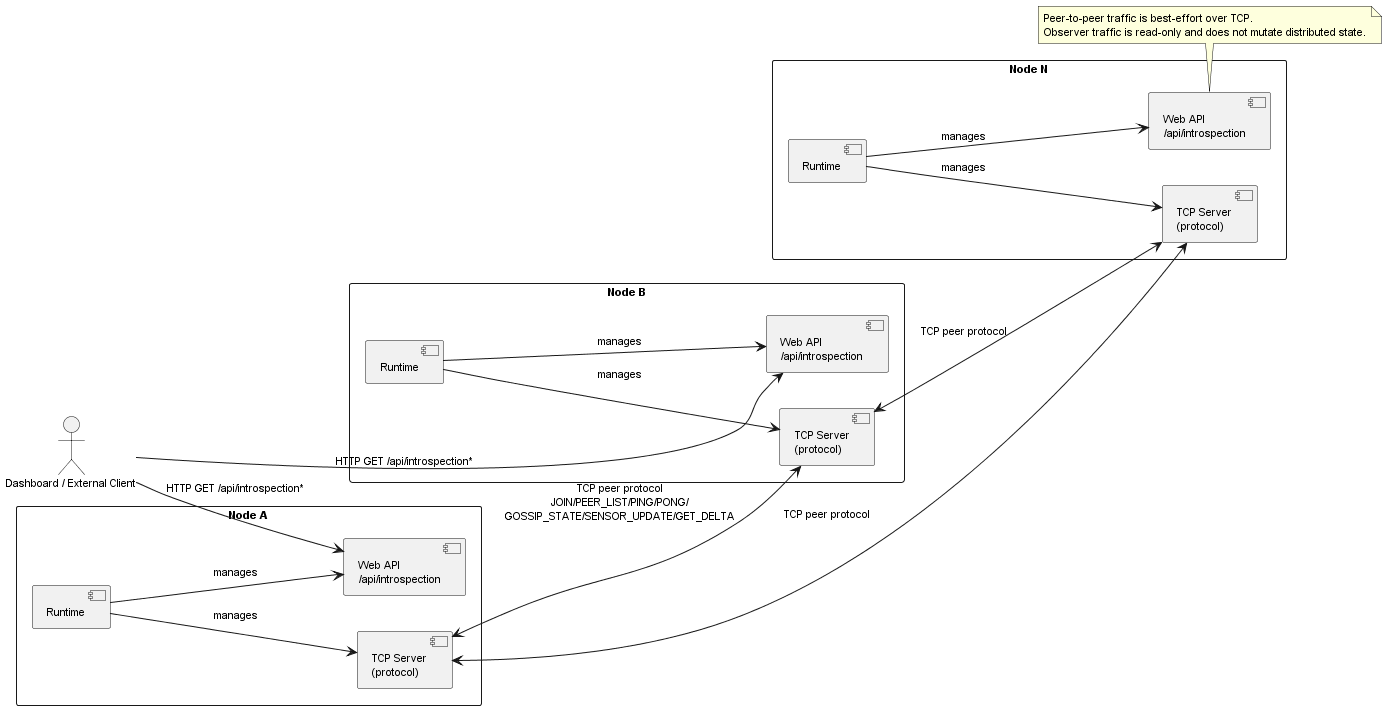
This is figures/design/deployment-cluster.png from AlexSantini10/distributed-sensor-hub-report, a PlantUML export, as it was before one commit.
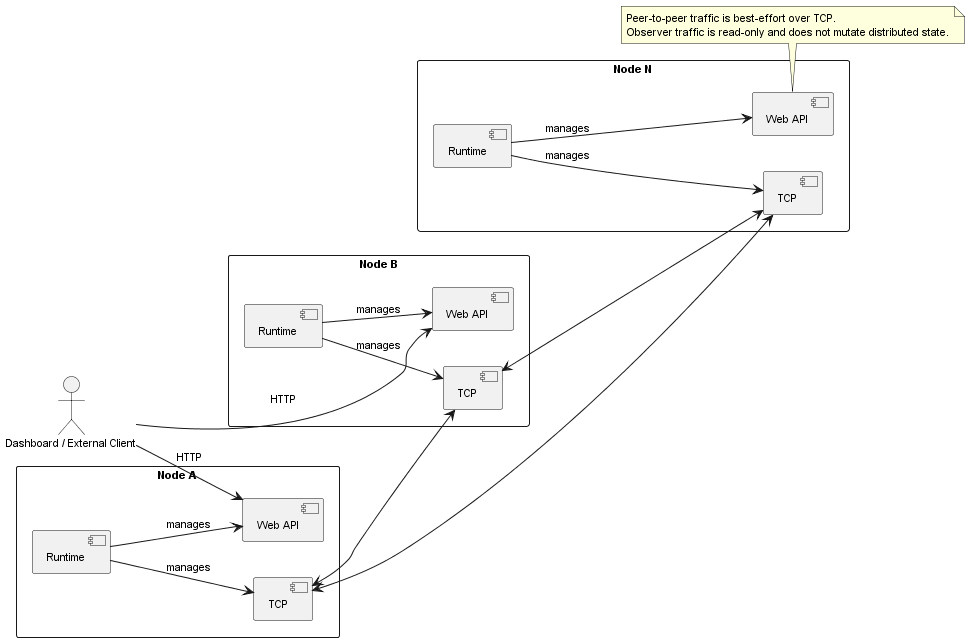
The same diagram one commit later.

Commit message:
docs(report): :memo: update diagrams

Diff of the diagram source:
```diff
@@ -8,20 +8,20 @@
 
 rectangle "Node A" as nodeA {
   component "Runtime" as rtA
-  component "TCP Server\n(protocol)" as tcpA
-  component "Web API\n/api/introspection" as apiA
+  component "TCP" as tcpA
+  component "Web API" as apiA
 }
 
 rectangle "Node B" as nodeB {
   component "Runtime" as rtB
-  component "TCP Server\n(protocol)" as tcpB
-  component "Web API\n/api/introspection" as apiB
+  component "TCP" as tcpB
+  component "Web API" as apiB
 }
 
 rectangle "Node N" as nodeN {
   component "Runtime" as rtN
-  component "TCP Server\n(protocol)" as tcpN
-  component "Web API\n/api/introspection" as apiN
+  component "TCP" as tcpN
+  component "Web API" as apiN
 }
 
 rtA --> tcpA : manages
@@ -31,12 +31,12 @@
 rtN --> tcpN : manages
 rtN --> apiN : manages
 
-tcpA <--> tcpB : TCP peer protocol\nJOIN/PEER_LIST/PING/PONG/\nGOSSIP_STATE/SENSOR_UPDATE/GET_DELTA
-tcpB <--> tcpN : TCP peer protocol
-tcpA <--> tcpN : TCP peer protocol
+tcpA <--> tcpB
+tcpB <--> tcpN
+tcpA <--> tcpN
 
-client --> apiA : HTTP GET /api/introspection*
-client --> apiB : HTTP GET /api/introspection*
+client --> apiA : HTTP
+client --> apiB : HTTP
 
 note bottom
 Peer-to-peer traffic is best-effort over TCP.
```
